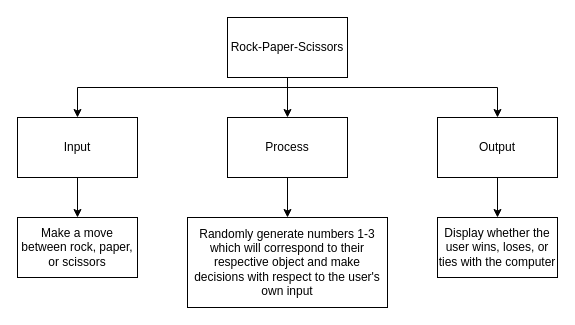
Before: topdownchart.drawio in Rodas-Nega1/ics4u-assignment-1-typescript, a draw.io diagram. Source tidied: cells renumbered, new cells numbered last; positions are measured from the earlier drawing's top-left corner, leaving out a move shared by most shapes. Both pictures are drawn from the tidied source at 100%, with x=0, y=0 at pixel (17, 17).
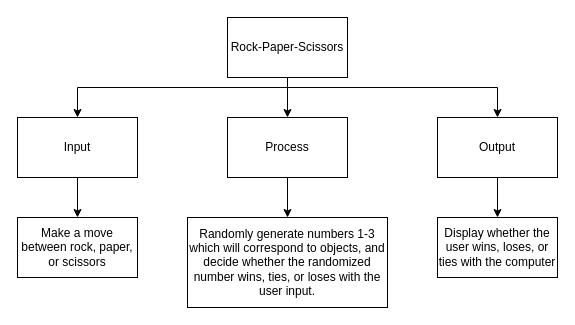
After the change.

The edit, as a diff of the source:
```diff
@@
 <mxGraphModel>
   <root>
     <mxCell id="0" />
     <mxCell id="1" parent="0" />
     <mxCell id="2" style="edgeStyle=none;html=1;" parent="1" edge="1" source="5">
       <mxGeometry relative="1" as="geometry">
         <mxPoint x="270" y="100" as="targetPoint" />
       </mxGeometry>
     </mxCell>
     <mxCell id="3" style="edgeStyle=none;html=1;entryX=0.5;entryY=0;entryDx=0;entryDy=0;rounded=0;" parent="1" edge="1" source="5" target="11">
       <mxGeometry relative="1" as="geometry">
         <Array as="points">
           <mxPoint x="270" y="70" />
           <mxPoint x="60" y="70" />
         </Array>
       </mxGeometry>
     </mxCell>
     <mxCell id="4" style="edgeStyle=none;html=1;entryX=0.5;entryY=0;entryDx=0;entryDy=0;rounded=0;" parent="1" edge="1" target="7">
       <mxGeometry relative="1" as="geometry">
         <mxPoint x="270" y="70" as="sourcePoint" />
         <Array as="points">
           <mxPoint x="480" y="70" />
         </Array>
       </mxGeometry>
     </mxCell>
     <mxCell id="5" value="Rock-Paper-Scissors" style="rounded=0;whiteSpace=wrap;html=1;" parent="1" vertex="1">
       <mxGeometry x="210" width="120" height="60" as="geometry" />
     </mxCell>
     <mxCell id="6" style="edgeStyle=none;html=1;entryX=0.5;entryY=0;entryDx=0;entryDy=0;" parent="1" edge="1" source="7" target="13">
       <mxGeometry relative="1" as="geometry" />
     </mxCell>
     <mxCell id="7" value="Output" style="rounded=0;whiteSpace=wrap;html=1;" parent="1" vertex="1">
       <mxGeometry x="420" y="100" width="120" height="60" as="geometry" />
     </mxCell>
     <mxCell id="8" style="edgeStyle=none;html=1;entryX=0.5;entryY=0;entryDx=0;entryDy=0;" parent="1" edge="1" source="9" target="14">
       <mxGeometry relative="1" as="geometry" />
     </mxCell>
     <mxCell id="9" value="Process" style="rounded=0;whiteSpace=wrap;html=1;" parent="1" vertex="1">
       <mxGeometry x="210" y="100" width="120" height="60" as="geometry" />
     </mxCell>
     <mxCell id="10" style="edgeStyle=none;html=1;entryX=0.5;entryY=0;entryDx=0;entryDy=0;" parent="1" edge="1" source="11" target="12">
       <mxGeometry relative="1" as="geometry" />
     </mxCell>
     <mxCell id="11" value="Input" style="rounded=0;whiteSpace=wrap;html=1;" parent="1" vertex="1">
       <mxGeometry y="100" width="120" height="60" as="geometry" />
     </mxCell>
     <mxCell id="12" value="Make a move between rock, paper, or scissors" style="rounded=0;whiteSpace=wrap;html=1;" parent="1" vertex="1">
       <mxGeometry y="200" width="120" height="60" as="geometry" />
     </mxCell>
     <mxCell id="13" value="Display whether the user wins, loses, or ties with the computer" style="rounded=0;whiteSpace=wrap;html=1;" parent="1" vertex="1">
       <mxGeometry x="420" y="200" width="120" height="60" as="geometry" />
     </mxCell>
-    <mxCell id="14" value="Randomly generate numbers 1-3 which will correspond to their respective object and make decisions with respect to the user's own input" style="rounded=0;whiteSpace=wrap;html=1;" parent="1" vertex="1">
+    <mxCell id="14" value="Randomly generate numbers 1-3 which will correspond to objects, and decide whether the randomized number wins, ties, or loses with the user input." style="rounded=0;whiteSpace=wrap;html=1;" parent="1" vertex="1">
       <mxGeometry x="170" y="200" width="200" height="90" as="geometry" />
     </mxCell>
   </root>
 </mxGraphModel>
```
